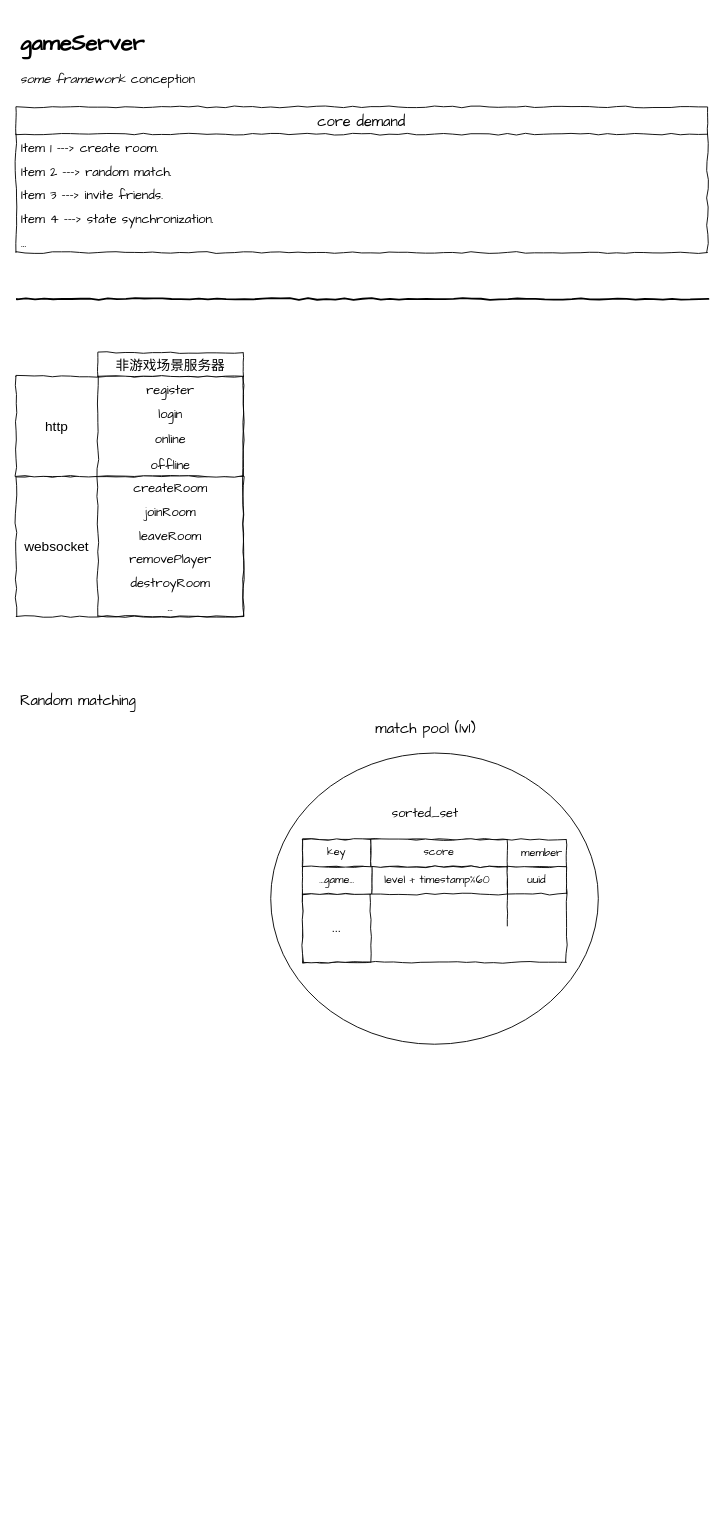
This is gameServer/gameServer.drawio from rabbitdream/framework, a draw.io file, before an edit. Source tidied: cells renumbered, new cells numbered last; positions are measured from the earlier drawing's top-left corner, leaving out a move shared by most shapes. Both pictures are drawn from the tidied source at 91%, with x=0, y=0 at pixel (15, 25).
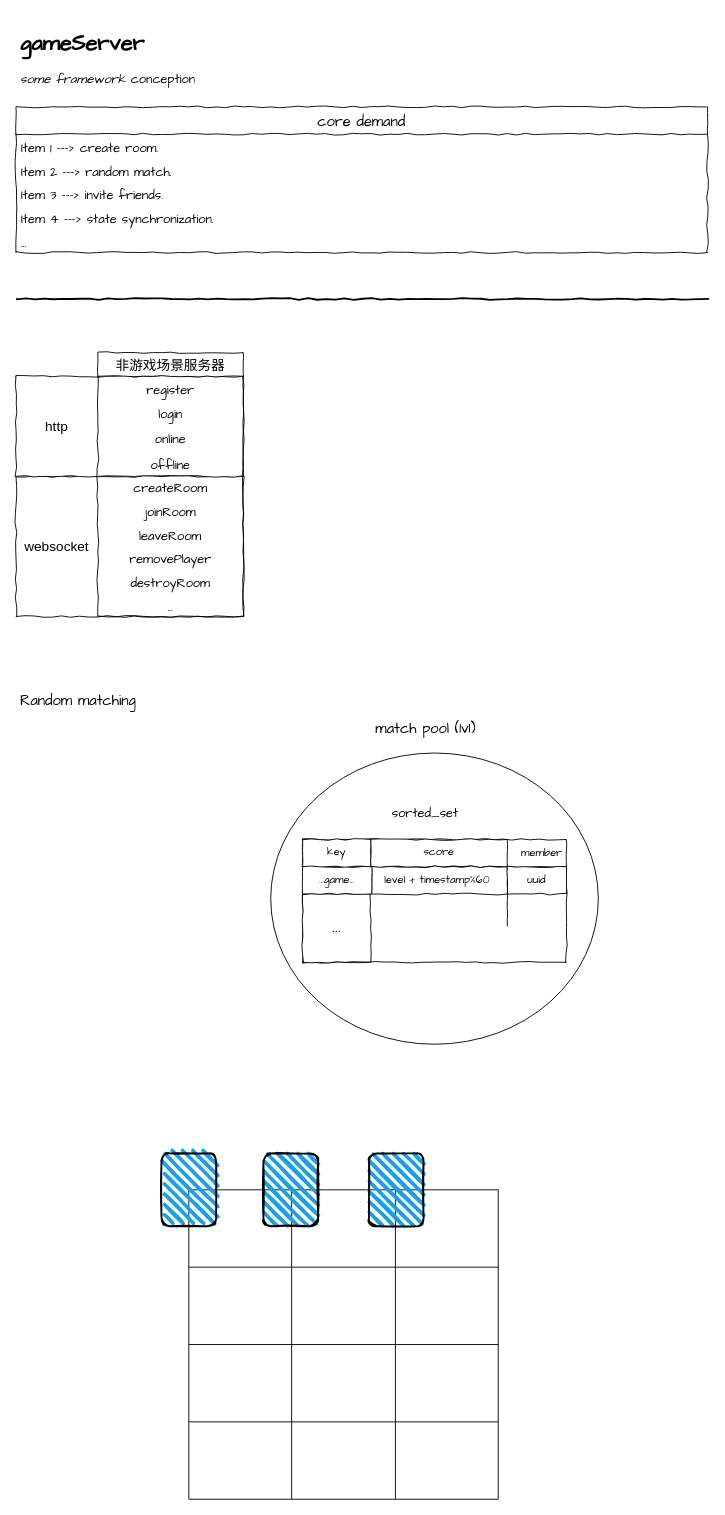
The same page after the edit.

The edit, as a diff of the source:
```diff
@@
+    <mxCell id="42" style="shape=table;html=1;whiteSpace=wrap;startSize=0;childLayout=tableLayout;" parent="1" vertex="1">
+      <mxGeometry x="190" y="1280" width="340" height="340" as="geometry" />
+    </mxCell>
+    <mxCell id="43" style="shape=partialRectangle;html=1;whiteSpace=wrap;fillColor=none;top=0;left=0;bottom=0;right=0;" parent="42" vertex="1">
+      <mxGeometry width="340" height="85" as="geometry" />
+    </mxCell>
+    <mxCell id="44" style="shape=partialRectangle;html=1;whiteSpace=wrap;fillColor=none;top=0;left=0;bottom=0;right=0;overflow=hidden;" parent="43" vertex="1">
+      <mxGeometry width="113" height="85" as="geometry" />
+    </mxCell>
+    <mxCell id="45" style="shape=partialRectangle;html=1;whiteSpace=wrap;fillColor=none;top=0;left=0;bottom=0;right=0;overflow=hidden;" parent="43" vertex="1">
+      <mxGeometry x="113" width="114" height="85" as="geometry" />
+    </mxCell>
+    <mxCell id="46" style="shape=partialRectangle;html=1;whiteSpace=wrap;fillColor=none;top=0;left=0;bottom=0;right=0;overflow=hidden;" parent="43" vertex="1">
+      <mxGeometry x="227" width="113" height="85" as="geometry" />
+    </mxCell>
+    <mxCell id="47" style="shape=partialRectangle;html=1;whiteSpace=wrap;fillColor=none;top=0;left=0;bottom=0;right=0;" parent="42" vertex="1">
+      <mxGeometry y="85" width="340" height="85" as="geometry" />
+    </mxCell>
+    <mxCell id="48" style="shape=partialRectangle;html=1;whiteSpace=wrap;fillColor=none;top=0;left=0;bottom=0;right=0;overflow=hidden;" parent="47" vertex="1">
+      <mxGeometry width="113" height="85" as="geometry" />
+    </mxCell>
+    <mxCell id="49" style="shape=partialRectangle;html=1;whiteSpace=wrap;fillColor=none;top=0;left=0;bottom=0;right=0;overflow=hidden;" parent="47" vertex="1">
+      <mxGeometry x="113" width="114" height="85" as="geometry" />
+    </mxCell>
+    <mxCell id="50" style="shape=partialRectangle;html=1;whiteSpace=wrap;fillColor=none;top=0;left=0;bottom=0;right=0;overflow=hidden;" parent="47" vertex="1">
+      <mxGeometry x="227" width="113" height="85" as="geometry" />
+    </mxCell>
+    <mxCell id="51" style="shape=partialRectangle;html=1;whiteSpace=wrap;fillColor=none;top=0;left=0;bottom=0;right=0;" parent="42" vertex="1">
+      <mxGeometry y="170" width="340" height="85" as="geometry" />
+    </mxCell>
+    <mxCell id="52" style="shape=partialRectangle;html=1;whiteSpace=wrap;fillColor=none;top=0;left=0;bottom=0;right=0;overflow=hidden;" parent="51" vertex="1">
+      <mxGeometry width="113" height="85" as="geometry" />
+    </mxCell>
+    <mxCell id="53" style="shape=partialRectangle;html=1;whiteSpace=wrap;fillColor=none;top=0;left=0;bottom=0;right=0;overflow=hidden;" parent="51" vertex="1">
+      <mxGeometry x="113" width="114" height="85" as="geometry" />
+    </mxCell>
+    <mxCell id="54" style="shape=partialRectangle;html=1;whiteSpace=wrap;fillColor=none;top=0;left=0;bottom=0;right=0;overflow=hidden;" parent="51" vertex="1">
+      <mxGeometry x="227" width="113" height="85" as="geometry" />
+    </mxCell>
+    <mxCell id="55" style="shape=partialRectangle;html=1;whiteSpace=wrap;fillColor=none;top=0;left=0;bottom=0;right=0;" parent="42" vertex="1">
+      <mxGeometry y="255" width="340" height="85" as="geometry" />
+    </mxCell>
+    <mxCell id="56" style="shape=partialRectangle;html=1;whiteSpace=wrap;fillColor=none;top=0;left=0;bottom=0;right=0;overflow=hidden;" parent="55" vertex="1">
+      <mxGeometry width="113" height="85" as="geometry" />
+    </mxCell>
+    <mxCell id="57" style="shape=partialRectangle;html=1;whiteSpace=wrap;fillColor=none;top=0;left=0;bottom=0;right=0;overflow=hidden;" parent="55" vertex="1">
+      <mxGeometry x="113" width="114" height="85" as="geometry" />
+    </mxCell>
+    <mxCell id="58" style="shape=partialRectangle;html=1;whiteSpace=wrap;fillColor=none;top=0;left=0;bottom=0;right=0;overflow=hidden;" parent="55" vertex="1">
+      <mxGeometry x="227" width="113" height="85" as="geometry" />
+    </mxCell>
+    <mxCell id="59" style="rounded=1;whiteSpace=wrap;html=1;strokeWidth=2;fillWeight=4;hachureGap=8;hachureAngle=45;fillColor=#1ba1e2;sketch=1;" parent="1" vertex="1">
+      <mxGeometry x="160" y="1240" width="60" height="80" as="geometry" />
+    </mxCell>
+    <mxCell id="60" style="rounded=1;whiteSpace=wrap;html=1;strokeWidth=2;fillWeight=4;hachureGap=8;hachureAngle=45;fillColor=#1ba1e2;sketch=1;" parent="1" vertex="1">
+      <mxGeometry x="272" y="1240" width="60" height="80" as="geometry" />
+    </mxCell>
+    <mxCell id="61" style="rounded=1;whiteSpace=wrap;html=1;strokeWidth=2;fillWeight=4;hachureGap=8;hachureAngle=45;fillColor=#1ba1e2;sketch=1;" parent="1" vertex="1">
+      <mxGeometry x="388" y="1240" width="60" height="80" as="geometry" />
+    </mxCell>
```
